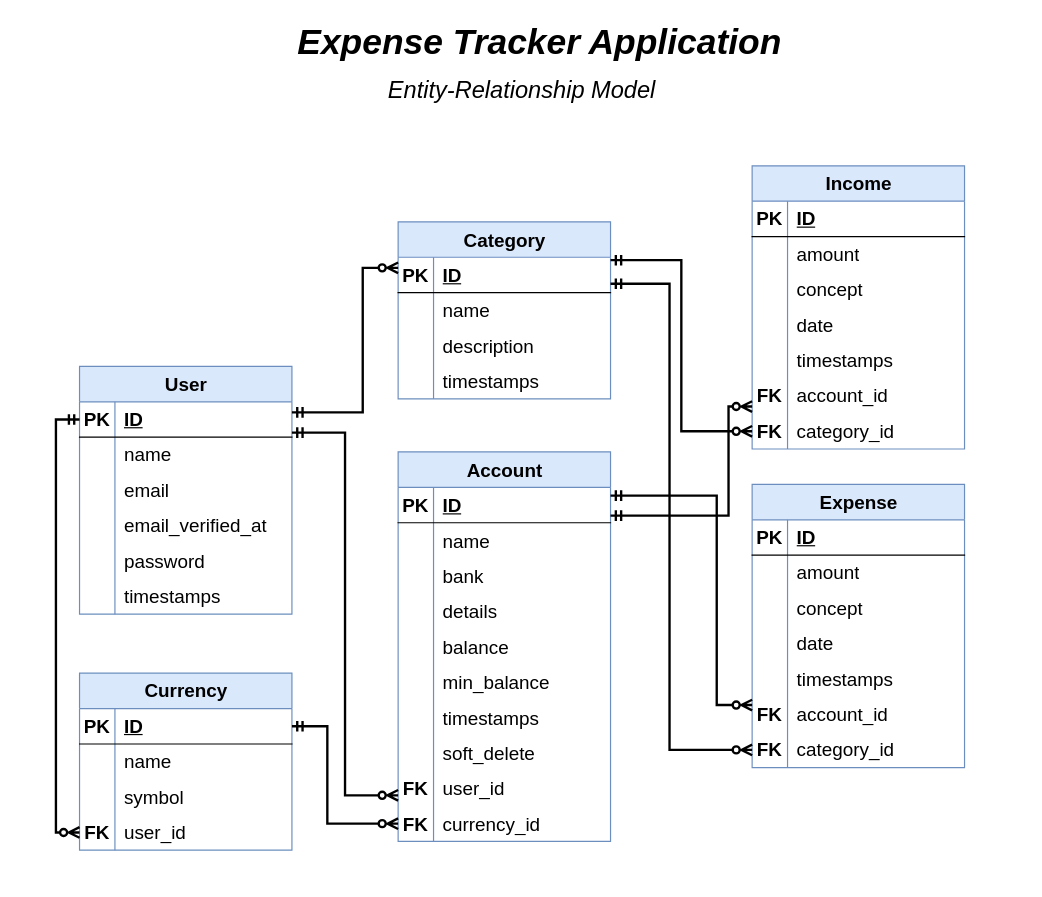
Earlier version of the draw.io diagram docs/Entity-Relationship-Diagram.drawio (Dava2310/Expense-Tracker). Source tidied: cells renumbered, new cells numbered last; positions are measured from the earlier drawing's top-left corner, leaving out a move shared by most shapes. Both pictures are drawn from the tidied source at 118%, with x=0, y=0 at pixel (79, 24).
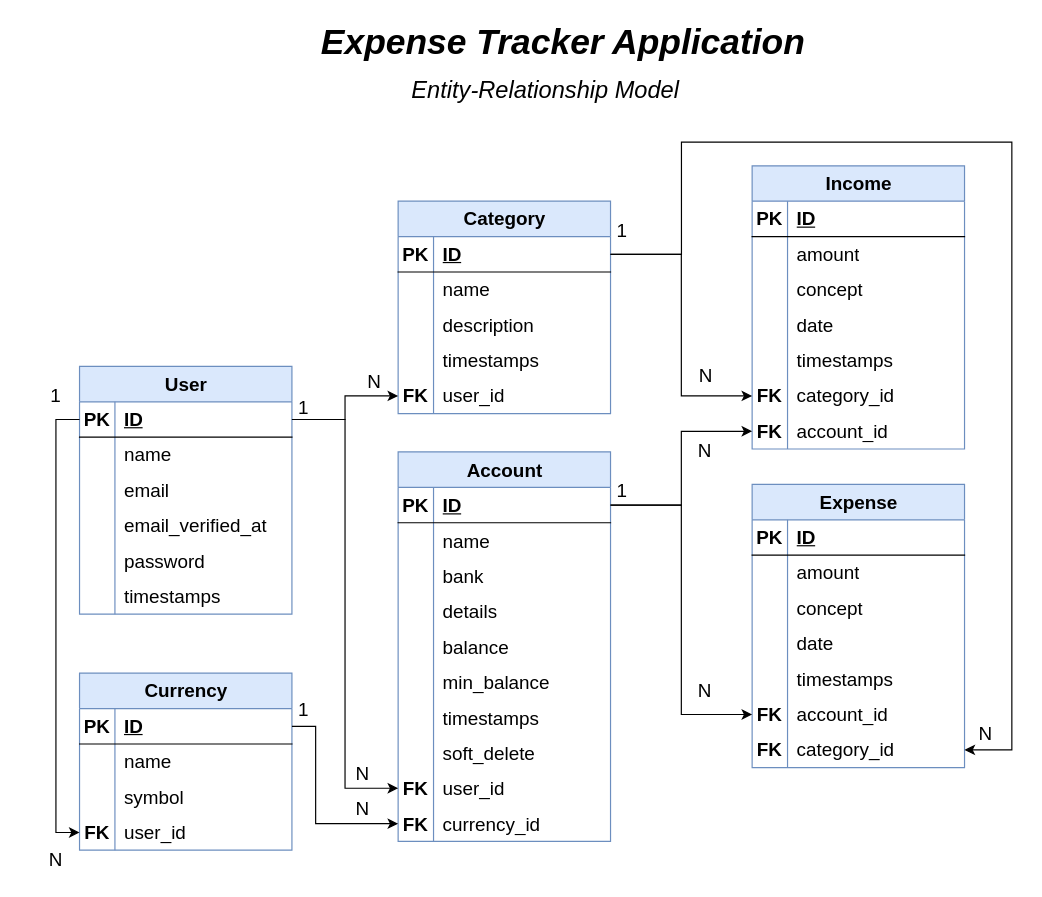
Above is the later version.

Commit message (it also covers changes not shown here):
docs(er): reorder the tables in the diagram

Only the layout changes, the entities and relations are the same.

The change refers to these unchanged cells:
```xml
<mxCell id="3" style="shape=tableRow;horizontal=0;startSize=0;swimlaneHead=0;swimlaneBody=0;fillColor=none;points=[[0,0.5],[1,0.5]];portConstraint=eastwest;top=0;left=0;right=0;bottom=1;fontSize=16;" parent="2" vertex="1">
  <mxGeometry y="30" width="180" height="30" as="geometry" />
</mxCell>
<mxCell id="22" style="shape=tableRow;horizontal=0;startSize=0;swimlaneHead=0;swimlaneBody=0;fillColor=none;points=[[0,0.5],[1,0.5]];portConstraint=eastwest;top=0;left=0;right=0;bottom=1;fontSize=16;" parent="21" vertex="1">
  <mxGeometry y="30" width="180" height="30" as="geometry" />
</mxCell>
<mxCell id="46" style="shape=tableRow;horizontal=0;startSize=0;swimlaneHead=0;swimlaneBody=0;fillColor=none;points=[[0,0.5],[1,0.5]];portConstraint=eastwest;top=0;left=0;right=0;bottom=0;fontSize=16;" parent="21" vertex="1">
  <mxGeometry y="270" width="180" height="30" as="geometry" />
</mxCell>
<mxCell id="49" style="shape=tableRow;horizontal=0;startSize=0;swimlaneHead=0;swimlaneBody=0;fillColor=none;points=[[0,0.5],[1,0.5]];portConstraint=eastwest;top=0;left=0;right=0;bottom=0;fontSize=16;" parent="21" vertex="1">
  <mxGeometry y="300" width="180" height="30" as="geometry" />
</mxCell>
<mxCell id="68" style="shape=tableRow;horizontal=0;startSize=0;swimlaneHead=0;swimlaneBody=0;fillColor=none;points=[[0,0.5],[1,0.5]];portConstraint=eastwest;top=0;left=0;right=0;bottom=0;fontSize=16;" parent="52" vertex="1">
  <mxGeometry y="180" width="180" height="30" as="geometry" />
</mxCell>
<mxCell id="71" style="shape=tableRow;horizontal=0;startSize=0;swimlaneHead=0;swimlaneBody=0;fillColor=none;points=[[0,0.5],[1,0.5]];portConstraint=eastwest;top=0;left=0;right=0;bottom=0;fontSize=16;" parent="52" vertex="1">
  <mxGeometry y="210" width="180" height="30" as="geometry" />
</mxCell>
<mxCell id="90" style="shape=tableRow;horizontal=0;startSize=0;swimlaneHead=0;swimlaneBody=0;fillColor=none;points=[[0,0.5],[1,0.5]];portConstraint=eastwest;top=0;left=0;right=0;bottom=0;fontSize=16;" parent="74" vertex="1">
  <mxGeometry y="180" width="180" height="30" as="geometry" />
</mxCell>
<mxCell id="93" style="shape=tableRow;horizontal=0;startSize=0;swimlaneHead=0;swimlaneBody=0;fillColor=none;points=[[0,0.5],[1,0.5]];portConstraint=eastwest;top=0;left=0;right=0;bottom=0;fontSize=16;" parent="74" vertex="1">
  <mxGeometry y="210" width="180" height="30" as="geometry" />
</mxCell>
<mxCell id="97" style="shape=tableRow;horizontal=0;startSize=0;swimlaneHead=0;swimlaneBody=0;fillColor=none;points=[[0,0.5],[1,0.5]];portConstraint=eastwest;top=0;left=0;right=0;bottom=1;fontSize=16;" parent="96" vertex="1">
  <mxGeometry y="30" width="180" height="30" as="geometry" />
</mxCell>
<mxCell id="110" style="shape=tableRow;horizontal=0;startSize=0;swimlaneHead=0;swimlaneBody=0;fillColor=none;points=[[0,0.5],[1,0.5]];portConstraint=eastwest;top=0;left=0;right=0;bottom=1;fontSize=16;" parent="109" vertex="1">
  <mxGeometry y="30" width="180" height="30" as="geometry" />
</mxCell>
<mxCell id="119" style="shape=tableRow;horizontal=0;startSize=0;swimlaneHead=0;swimlaneBody=0;fillColor=none;points=[[0,0.5],[1,0.5]];portConstraint=eastwest;top=0;left=0;right=0;bottom=0;fontSize=16;" parent="109" vertex="1">
  <mxGeometry y="120" width="180" height="30" as="geometry" />
</mxCell>
```

The edit, as a diff of the source:
```diff
@@
-    <mxCell id="92" value="account_id" style="shape=partialRectangle;fillColor=none;top=0;left=0;bottom=0;right=0;align=left;spacingLeft=6;overflow=hidden;whiteSpace=wrap;html=1;fontSize=16;" parent="90" vertex="1">
+    <mxCell id="92" value="category_id" style="shape=partialRectangle;fillColor=none;top=0;left=0;bottom=0;right=0;align=left;spacingLeft=6;overflow=hidden;whiteSpace=wrap;html=1;fontSize=16;" parent="90" vertex="1">
       <mxGeometry x="30" width="150" height="30" as="geometry" />
     </mxCell>
@@
-    <mxCell id="95" value="category_id" style="shape=partialRectangle;fillColor=none;top=0;left=0;bottom=0;right=0;align=left;spacingLeft=6;overflow=hidden;whiteSpace=wrap;html=1;fontSize=16;" parent="93" vertex="1">
+    <mxCell id="95" value="account_id" style="shape=partialRectangle;fillColor=none;top=0;left=0;bottom=0;right=0;align=left;spacingLeft=6;overflow=hidden;whiteSpace=wrap;html=1;fontSize=16;" parent="93" vertex="1">
       <mxGeometry x="30" width="150" height="30" as="geometry" />
     </mxCell>
     <mxCell id="96" value="Category" style="shape=table;startSize=30;childLayout=tableLayout;rowLines=0;fontStyle=1;align=center;html=1;fontSize=16;fillColor=#dae8fc;strokeColor=#6c8ebf;" parent="1" vertex="1">
-      <mxGeometry x="269.9" y="167.5" width="180" height="150" as="geometry" />
+      <mxGeometry x="269.9" y="150" width="180" height="180" as="geometry" />
     </mxCell>
@@
+    <mxCell id="132" style="shape=tableRow;horizontal=0;startSize=0;swimlaneHead=0;swimlaneBody=0;fillColor=none;points=[[0,0.5],[1,0.5]];portConstraint=eastwest;top=0;left=0;right=0;bottom=0;fontSize=16;" parent="96" vertex="1">
+      <mxGeometry y="150" width="180" height="30" as="geometry" />
+    </mxCell>
+    <mxCell id="133" value="&lt;b&gt;FK&lt;/b&gt;" style="shape=partialRectangle;fillColor=none;top=0;left=0;bottom=0;right=0;overflow=hidden;whiteSpace=wrap;html=1;fontSize=16;" parent="132" vertex="1">
+      <mxGeometry width="30" height="30" as="geometry" />
+    </mxCell>
+    <mxCell id="134" value="user_id" style="shape=partialRectangle;fillColor=none;top=0;left=0;bottom=0;right=0;align=left;spacingLeft=6;overflow=hidden;whiteSpace=wrap;html=1;fontSize=16;" parent="132" vertex="1">
+      <mxGeometry x="30" width="150" height="30" as="geometry" />
+    </mxCell>
@@
-    <mxCell id="122" style="edgeStyle=orthogonalEdgeStyle;rounded=0;orthogonalLoop=1;jettySize=auto;html=1;entryX=0;entryY=0.5;entryDx=0;entryDy=0;startArrow=ERmandOne;startFill=0;endArrow=ERzeroToMany;endFill=0;strokeWidth=2;" parent="1" edge="1">
-      <mxGeometry relative="1" as="geometry">
-        <mxPoint x="179.9" y="346.1" as="sourcePoint" />
-        <mxPoint x="269.9" y="653.5" as="targetPoint" />
-        <Array as="points">
-          <mxPoint x="224.9" y="346" />
-          <mxPoint x="224.9" y="654" />
-        </Array>
-      </mxGeometry>
-    </mxCell>
-    <mxCell id="123" style="edgeStyle=orthogonalEdgeStyle;rounded=0;orthogonalLoop=1;jettySize=auto;html=1;entryX=0;entryY=0.5;entryDx=0;entryDy=0;endArrow=ERzeroToMany;endFill=0;startArrow=ERmandOne;startFill=0;strokeWidth=2;" parent="1" edge="1">
-      <mxGeometry relative="1" as="geometry">
-        <mxPoint x="179.9" y="329" as="sourcePoint" />
-        <mxPoint x="269.9" y="206.5" as="targetPoint" />
-        <Array as="points">
-          <mxPoint x="239.9" y="329" />
-          <mxPoint x="239.9" y="206" />
-        </Array>
-      </mxGeometry>
-    </mxCell>
-    <mxCell id="124" style="edgeStyle=orthogonalEdgeStyle;rounded=0;jettySize=auto;html=1;entryX=0;entryY=0.5;entryDx=0;entryDy=0;startArrow=ERmandOne;startFill=0;endArrow=ERzeroToMany;endFill=0;strokeWidth=2;" parent="1" edge="1" source="97" target="93">
-      <mxGeometry relative="1" as="geometry">
-        <Array as="points">
-          <mxPoint x="509.9" y="200" />
-          <mxPoint x="509.9" y="345" />
-        </Array>
-      </mxGeometry>
-    </mxCell>
-    <mxCell id="125" style="edgeStyle=orthogonalEdgeStyle;rounded=0;jettySize=auto;html=1;entryX=0;entryY=0.5;entryDx=0;entryDy=0;startArrow=ERmandOne;startFill=0;endArrow=ERzeroToMany;endFill=0;strokeWidth=2;" parent="1" edge="1" source="97" target="71">
-      <mxGeometry relative="1" as="geometry">
-        <Array as="points">
-          <mxPoint x="499.9" y="220" />
-          <mxPoint x="499.9" y="615" />
-        </Array>
-      </mxGeometry>
-    </mxCell>
-    <mxCell id="126" style="edgeStyle=orthogonalEdgeStyle;rounded=0;orthogonalLoop=1;jettySize=auto;html=1;entryX=0;entryY=0.5;entryDx=0;entryDy=0;endArrow=ERzeroToMany;endFill=0;startArrow=ERmandOne;startFill=0;strokeWidth=2;" parent="1" edge="1">
-      <mxGeometry relative="1" as="geometry">
-        <mxPoint x="449.9" y="416.5" as="sourcePoint" />
-        <mxPoint x="569.9" y="324" as="targetPoint" />
-        <Array as="points">
-          <mxPoint x="549.9" y="417" />
-          <mxPoint x="549.9" y="324" />
-        </Array>
-      </mxGeometry>
-    </mxCell>
-    <mxCell id="127" style="edgeStyle=orthogonalEdgeStyle;rounded=0;orthogonalLoop=1;jettySize=auto;html=1;entryX=0;entryY=0.5;entryDx=0;entryDy=0;startArrow=ERmandOne;startFill=0;endArrow=ERzeroToMany;endFill=0;strokeWidth=2;" parent="1" edge="1">
-      <mxGeometry relative="1" as="geometry">
-        <mxPoint x="449.9" y="399.5" as="sourcePoint" />
-        <mxPoint x="569.9" y="577" as="targetPoint" />
-        <Array as="points">
-          <mxPoint x="539.9" y="400" />
-          <mxPoint x="539.9" y="577" />
-        </Array>
-      </mxGeometry>
-    </mxCell>
-    <mxCell id="128" style="edgeStyle=orthogonalEdgeStyle;rounded=0;jettySize=auto;html=1;entryX=0;entryY=0.5;entryDx=0;entryDy=0;endArrow=ERzeroToMany;endFill=0;startArrow=ERmandOne;startFill=0;strokeWidth=2;" parent="1" edge="1" source="110" target="49">
-      <mxGeometry relative="1" as="geometry">
-        <Array as="points">
-          <mxPoint x="209.9" y="595" />
-          <mxPoint x="209.9" y="678" />
-        </Array>
-      </mxGeometry>
-    </mxCell>
-    <mxCell id="129" style="edgeStyle=orthogonalEdgeStyle;rounded=0;jettySize=auto;html=1;entryX=0;entryY=0.5;entryDx=0;entryDy=0;endArrow=ERzeroToMany;endFill=0;startArrow=ERmandOne;startFill=0;strokeWidth=2;" parent="1" edge="1" source="3" target="119">
-      <mxGeometry relative="1" as="geometry" />
-    </mxCell>
     <mxCell id="130" value="Entity-Relationship Model" style="text;html=1;whiteSpace=wrap;strokeColor=none;fillColor=none;align=center;verticalAlign=middle;rounded=0;fontSize=20;fontStyle=2;" parent="1" vertex="1">
-      <mxGeometry x="230" y="40" width="290" height="30" as="geometry" />
+      <mxGeometry x="250" y="40" width="290" height="30" as="geometry" />
     </mxCell>
     <mxCell id="131" value="Expense Tracker Application" style="text;html=1;whiteSpace=wrap;strokeColor=none;fillColor=none;align=center;verticalAlign=middle;rounded=0;fontSize=30;fontStyle=3;" parent="1" vertex="1">
-      <mxGeometry x="160" width="460" height="30" as="geometry" />
+      <mxGeometry x="180" width="460" height="30" as="geometry" />
     </mxCell>
+    <mxCell id="135" style="edgeStyle=orthogonalEdgeStyle;rounded=0;jettySize=auto;html=1;entryX=0;entryY=0.5;entryDx=0;entryDy=0;" parent="1" edge="1" source="3" target="132">
+      <mxGeometry relative="1" as="geometry" />
+    </mxCell>
+    <mxCell id="136" value="1" style="text;html=1;whiteSpace=wrap;strokeColor=none;fillColor=none;align=center;verticalAlign=middle;rounded=0;fontSize=16;" parent="1" vertex="1">
+      <mxGeometry x="160" y="310" width="60" height="30" as="geometry" />
+    </mxCell>
+    <mxCell id="137" value="N" style="text;html=1;whiteSpace=wrap;strokeColor=none;fillColor=none;align=center;verticalAlign=middle;rounded=0;fontSize=16;" parent="1" vertex="1">
+      <mxGeometry x="220" y="288" width="60" height="30" as="geometry" />
+    </mxCell>
+    <mxCell id="129" style="edgeStyle=orthogonalEdgeStyle;rounded=0;jettySize=auto;html=1;entryX=0;entryY=0.5;entryDx=0;entryDy=0;" parent="1" edge="1" source="3" target="119">
+      <mxGeometry relative="1" as="geometry" />
+    </mxCell>
+    <mxCell id="138" value="1" style="text;html=1;whiteSpace=wrap;strokeColor=none;fillColor=none;align=center;verticalAlign=middle;rounded=0;fontSize=16;" parent="1" vertex="1">
+      <mxGeometry x="-50" y="300" width="60" height="30" as="geometry" />
+    </mxCell>
+    <mxCell id="139" value="N" style="text;html=1;whiteSpace=wrap;strokeColor=none;fillColor=none;align=center;verticalAlign=middle;rounded=0;fontSize=16;" parent="1" vertex="1">
+      <mxGeometry x="-50" y="692.5" width="60" height="30" as="geometry" />
+    </mxCell>
+    <mxCell id="140" style="edgeStyle=orthogonalEdgeStyle;rounded=0;jettySize=auto;html=1;exitX=1;exitY=0.5;exitDx=0;exitDy=0;entryX=0;entryY=0.5;entryDx=0;entryDy=0;" parent="1" edge="1" source="3" target="46">
+      <mxGeometry relative="1" as="geometry" />
+    </mxCell>
+    <mxCell id="141" value="N" style="text;html=1;whiteSpace=wrap;strokeColor=none;fillColor=none;align=center;verticalAlign=middle;rounded=0;fontSize=16;" parent="1" vertex="1">
+      <mxGeometry x="209.9" y="620" width="60" height="30" as="geometry" />
+    </mxCell>
+    <mxCell id="128" style="edgeStyle=orthogonalEdgeStyle;rounded=0;jettySize=auto;html=1;entryX=0;entryY=0.5;entryDx=0;entryDy=0;" parent="1" edge="1" source="110" target="49">
+      <mxGeometry relative="1" as="geometry">
+        <Array as="points">
+          <mxPoint x="200" y="595" />
+          <mxPoint x="200" y="678" />
+        </Array>
+      </mxGeometry>
+    </mxCell>
+    <mxCell id="142" value="1" style="text;html=1;whiteSpace=wrap;strokeColor=none;fillColor=none;align=center;verticalAlign=middle;rounded=0;fontSize=16;" parent="1" vertex="1">
+      <mxGeometry x="160" y="566" width="60" height="30" as="geometry" />
+    </mxCell>
+    <mxCell id="143" value="N" style="text;html=1;whiteSpace=wrap;strokeColor=none;fillColor=none;align=center;verticalAlign=middle;rounded=0;fontSize=16;" parent="1" vertex="1">
+      <mxGeometry x="209.9" y="650" width="60" height="30" as="geometry" />
+    </mxCell>
+    <mxCell id="144" style="edgeStyle=orthogonalEdgeStyle;rounded=0;jettySize=auto;html=1;entryX=0;entryY=0.5;entryDx=0;entryDy=0;" parent="1" edge="1" source="97" target="90">
+      <mxGeometry relative="1" as="geometry" />
+    </mxCell>
+    <mxCell id="145" style="edgeStyle=orthogonalEdgeStyle;rounded=0;jettySize=auto;html=1;entryX=0;entryY=0.5;entryDx=0;entryDy=0;" parent="1" edge="1" source="22" target="93">
+      <mxGeometry relative="1" as="geometry" />
+    </mxCell>
+    <mxCell id="146" style="edgeStyle=orthogonalEdgeStyle;rounded=0;jettySize=auto;html=1;entryX=0;entryY=0.5;entryDx=0;entryDy=0;" parent="1" edge="1" source="22" target="68">
+      <mxGeometry relative="1" as="geometry" />
+    </mxCell>
+    <mxCell id="125" style="edgeStyle=orthogonalEdgeStyle;rounded=0;jettySize=auto;html=1;entryX=1;entryY=0.5;entryDx=0;entryDy=0;" parent="1" edge="1" source="97" target="71">
+      <mxGeometry relative="1" as="geometry">
+        <Array as="points">
+          <mxPoint x="510" y="195" />
+          <mxPoint x="510" y="100" />
+          <mxPoint x="790" y="100" />
+          <mxPoint x="790" y="615" />
+        </Array>
+      </mxGeometry>
+    </mxCell>
+    <mxCell id="147" value="1" style="text;html=1;whiteSpace=wrap;strokeColor=none;fillColor=none;align=center;verticalAlign=middle;rounded=0;fontSize=16;" parent="1" vertex="1">
+      <mxGeometry x="430" y="160" width="60" height="30" as="geometry" />
+    </mxCell>
+    <mxCell id="148" value="1" style="text;html=1;whiteSpace=wrap;strokeColor=none;fillColor=none;align=center;verticalAlign=middle;rounded=0;fontSize=16;" parent="1" vertex="1">
+      <mxGeometry x="430" y="380" width="60" height="30" as="geometry" />
+    </mxCell>
+    <mxCell id="149" value="N" style="text;html=1;whiteSpace=wrap;strokeColor=none;fillColor=none;align=center;verticalAlign=middle;rounded=0;fontSize=16;" parent="1" vertex="1">
+      <mxGeometry x="500" y="550" width="60" height="30" as="geometry" />
+    </mxCell>
+    <mxCell id="150" value="N" style="text;html=1;whiteSpace=wrap;strokeColor=none;fillColor=none;align=center;verticalAlign=middle;rounded=0;fontSize=16;" parent="1" vertex="1">
+      <mxGeometry x="500" y="346" width="60" height="30" as="geometry" />
+    </mxCell>
+    <mxCell id="151" value="N" style="text;html=1;whiteSpace=wrap;strokeColor=none;fillColor=none;align=center;verticalAlign=middle;rounded=0;fontSize=16;" parent="1" vertex="1">
+      <mxGeometry x="501" y="283" width="60" height="30" as="geometry" />
+    </mxCell>
+    <mxCell id="152" value="N" style="text;html=1;whiteSpace=wrap;strokeColor=none;fillColor=none;align=center;verticalAlign=middle;rounded=0;fontSize=16;" parent="1" vertex="1">
+      <mxGeometry x="738" y="586" width="60" height="30" as="geometry" />
+    </mxCell>
```
